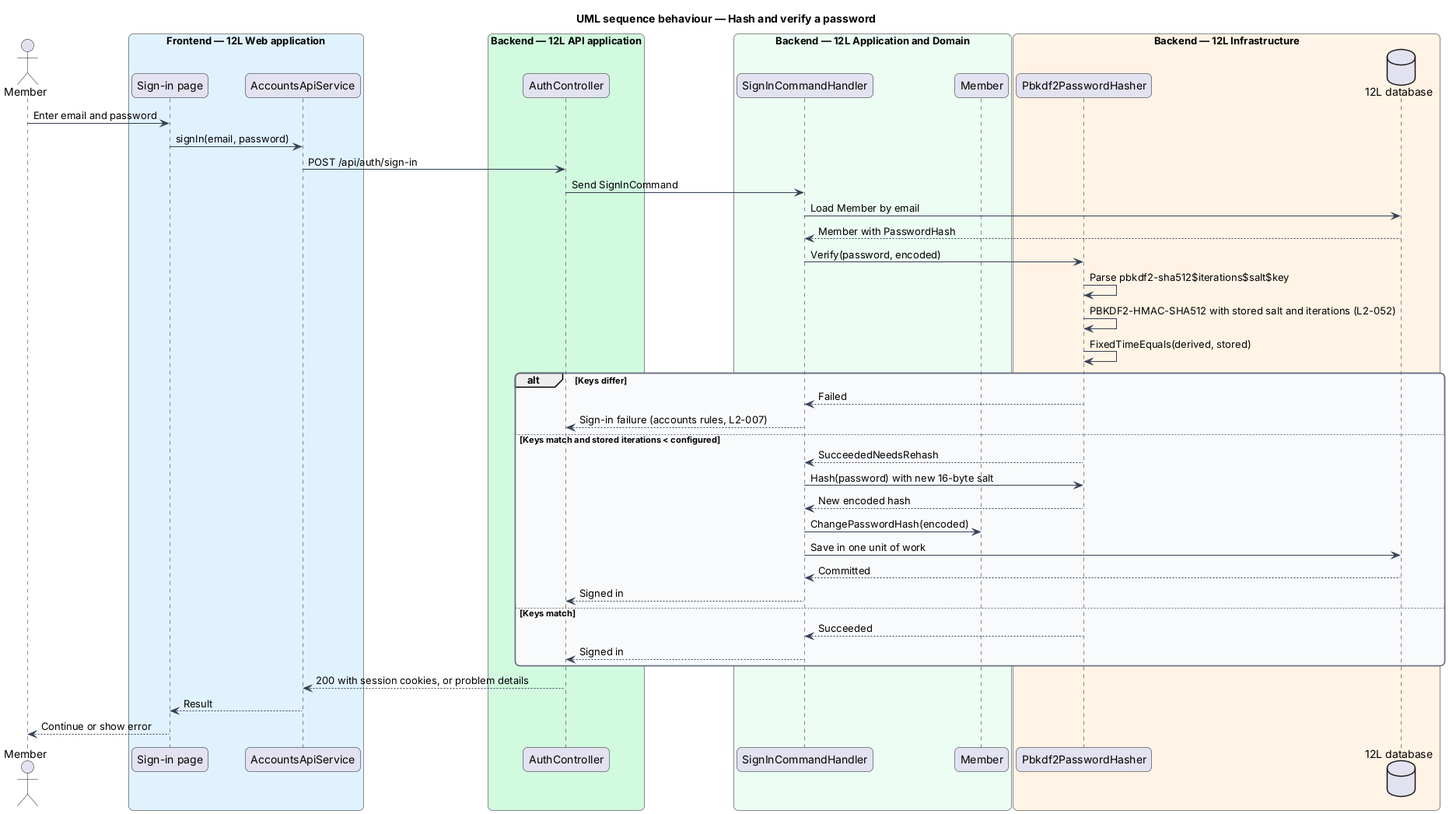
The PlantUML diagram docs/detailed-designs/platform/protect-credentials-and-supply-chain/diagrams/sequence-hash-and-verify-password.png in QuinntyneBrown/sycapooke, before a commit. Its diagram source:
```plantuml
@startuml
title UML sequence behaviour — Hash and verify a password
skinparam backgroundColor #FFFFFF
skinparam shadowing false
skinparam roundcorner 12
skinparam defaultFontName Arial
skinparam ArrowColor #344054
skinparam rectangle {
  BorderColor #344054
  FontColor #101828
}
skinparam package {
  BorderColor #667085
  FontColor #101828
  BackgroundColor #F9FAFB
}
actor "Member" as actor
box "Frontend — 12L Web application" #E0F2FE
  participant "Sign-in page" as page
  participant "AccountsApiService" as client
end box
box "Backend — 12L API application" #D1FADF
  participant "AuthController" as ctrl
end box
box "Backend — 12L Application and Domain" #ECFDF3
  participant "SignInCommandHandler" as handler
  participant "Member" as member
end box
box "Backend — 12L Infrastructure" #FFF4E5
  participant "Pbkdf2PasswordHasher" as hasher
  database "12L database" as db
end box
actor -> page : Enter email and password
page -> client : signIn(email, password)
client -> ctrl : POST /api/auth/sign-in
ctrl -> handler : Send SignInCommand
handler -> db : Load Member by email
db --> handler : Member with PasswordHash
handler -> hasher : Verify(password, encoded)
hasher -> hasher : Parse pbkdf2-sha512$iterations$salt$key
hasher -> hasher : PBKDF2-HMAC-SHA512 with stored salt and iterations (L2-052)
hasher -> hasher : FixedTimeEquals(derived, stored)
alt Keys differ
  hasher --> handler : Failed
  handler --> ctrl : Sign-in failure (accounts rules, L2-007)
else Keys match and stored iterations < configured
  hasher --> handler : SucceededNeedsRehash
  handler -> hasher : Hash(password) with new 16-byte salt
  hasher --> handler : New encoded hash
  handler -> member : ChangePasswordHash(encoded)
  handler -> db : Save in one unit of work
  db --> handler : Committed
  handler --> ctrl : Signed in
else Keys match
  hasher --> handler : Succeeded
  handler --> ctrl : Signed in
end
ctrl --> client : 200 with session cookies, or problem details
client --> page : Result
page --> actor : Continue or show error
@enduml
```
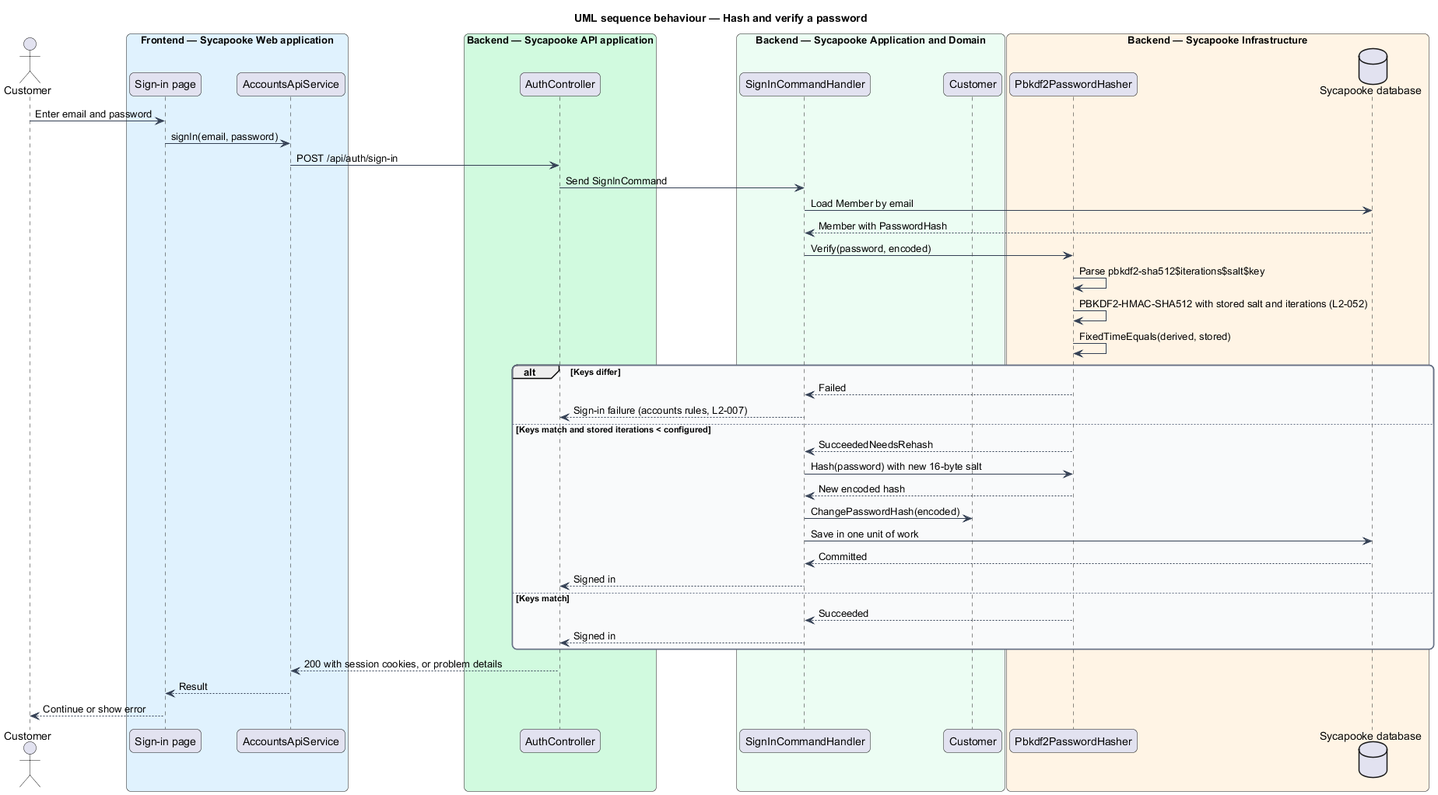
Above is the later version.

The edit, as a diff of the source:
```diff
@@ -14,21 +14,21 @@
   FontColor #101828
   BackgroundColor #F9FAFB
 }
-actor "Member" as actor
-box "Frontend — 12L Web application" #E0F2FE
+actor "Customer" as actor
+box "Frontend — Sycapooke Web application" #E0F2FE
   participant "Sign-in page" as page
   participant "AccountsApiService" as client
 end box
-box "Backend — 12L API application" #D1FADF
+box "Backend — Sycapooke API application" #D1FADF
   participant "AuthController" as ctrl
 end box
-box "Backend — 12L Application and Domain" #ECFDF3
+box "Backend — Sycapooke Application and Domain" #ECFDF3
   participant "SignInCommandHandler" as handler
-  participant "Member" as member
+  participant "Customer" as member
 end box
-box "Backend — 12L Infrastructure" #FFF4E5
+box "Backend — Sycapooke Infrastructure" #FFF4E5
   participant "Pbkdf2PasswordHasher" as hasher
-  database "12L database" as db
+  database "Sycapooke database" as db
 end box
 actor -> page : Enter email and password
 page -> client : signIn(email, password)
```
